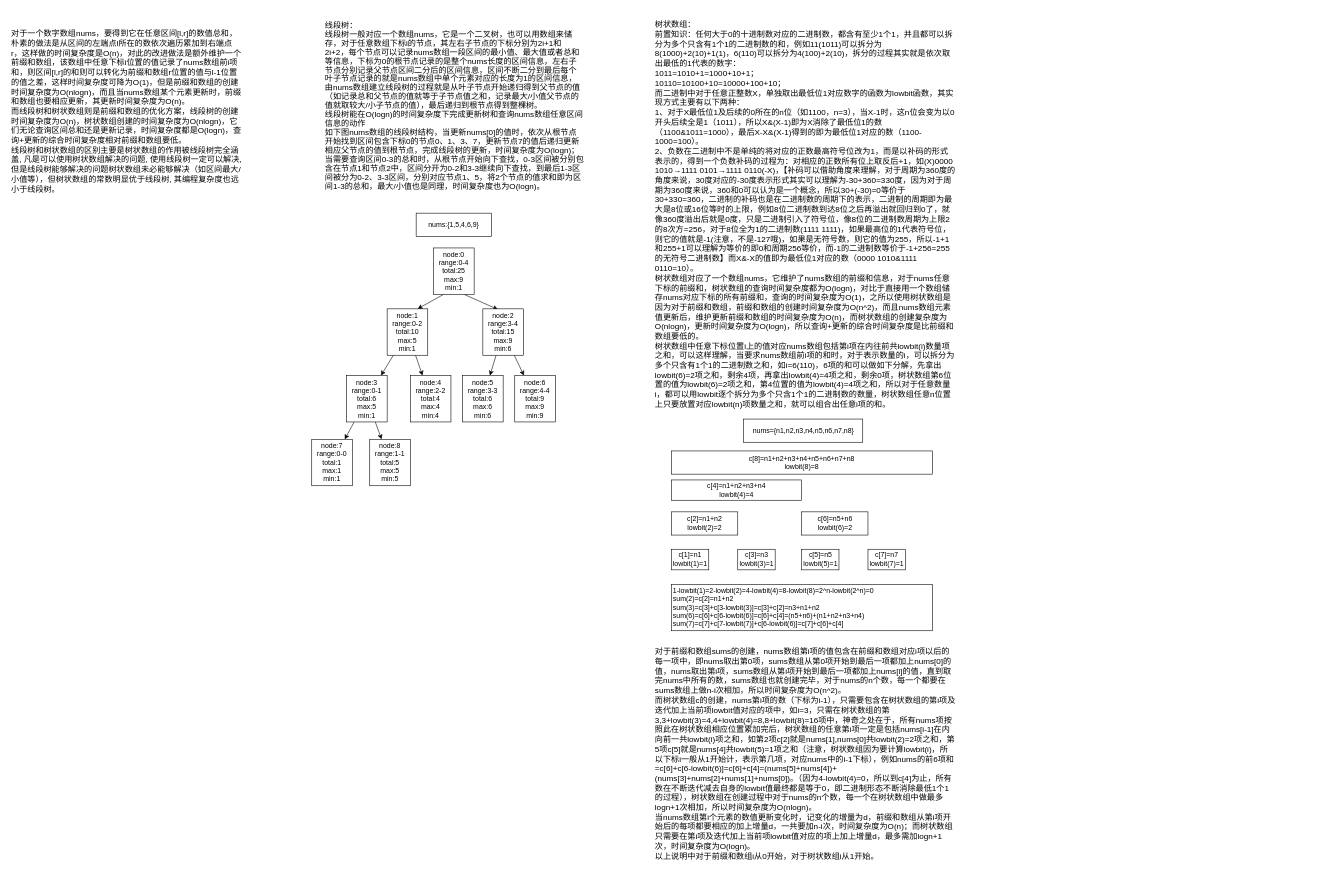
This is 线段树和树状数组.drawio from a7956232/drawIOFiles, a draw.io file, before an edit. Source tidied: cells renumbered, new cells numbered last; positions are measured from the earlier drawing's top-left corner, leaving out a move shared by most shapes. Both pictures are drawn from the tidied source at 58%, with x=0, y=0 at pixel (10, 10).
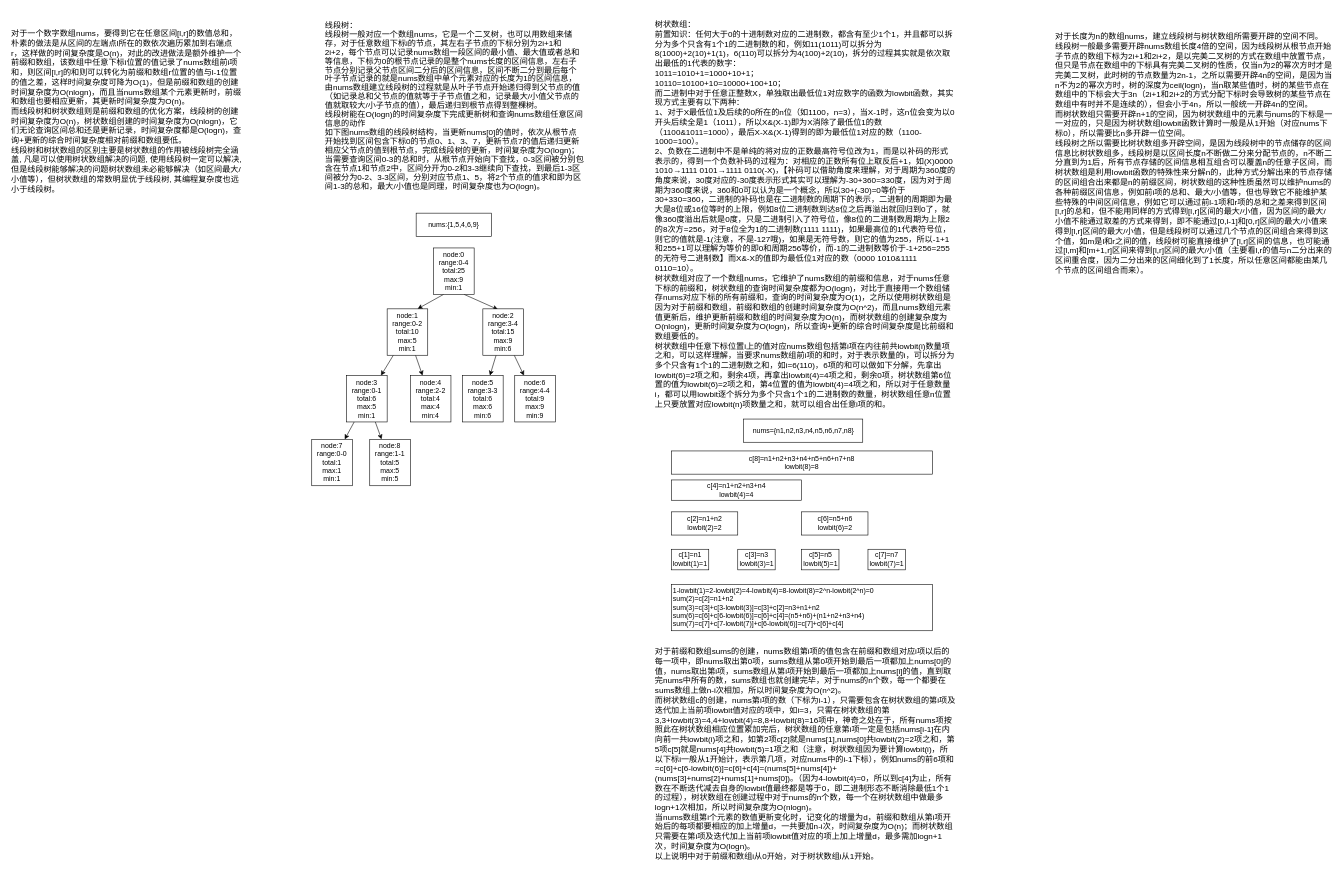
After the change.

Commit message:
更新线段树和树状数组.drawio

The edit, as a diff of the source:
```diff
@@
+    <mxCell id="34" value="&lt;font style=&quot;font-size: 14px;&quot;&gt;对于长度为n的数组nums，建立线段树与树状数组所需要开辟的空间不同。&lt;br&gt;线段树一般最多需要开辟nums数组长度4倍的空间，因为线段树从根节点开始子节点的数组下标为2i+1和2i+2，是以完美二叉树的方式在数组中放置节点，但只是节点在数组中的下标具有完美二叉树的性质，仅当n为2的幂次方时才是完美二叉树，此时树的节点数量为2n-1，之所以需要开辟4n的空间，是因为当n不为2的幂次方时，树的深度为ceil(logn)，当n取某些值时，树的某些节点在数组中的下标会大于3n（2i+1和2i+2的方式分配下标时会导致树的某些节点在数组中有时并不是连续的），但会小于4n，所以一般统一开辟4n的空间。&lt;br&gt;而树状数组只需要开辟n+1的空间，因为树状数组中的元素与nums的下标是一一对应的，只是因为树状数组lowbit函数计算时一般是从1开始（对应nums下标0），所以需要比n多开辟一位空间。&lt;br&gt;线段树之所以需要比树状数组多开辟空间，是因为线段树中的节点储存的区间信息比树状数组多，线段树是以区间长度n不断做二分来分配节点的，n不断二分直到为1后，所有节点存储的区间信息相互组合可以覆盖n的任意子区间，而树状数组是利用lowbit函数的特殊性来分解n的，此种方式分解出来的节点存储的区间组合出来都是n的前缀区间，树状数组的这种性质虽然可以维护nums的各种前缀区间信息，例如前i项的总和、最大/小值等，但也导致它不能维护某些特殊的中间区间信息，例如它可以通过前l-1项和r项的总和之差来得到区间[l,r]的总和，但不能用同样的方式得到[l,r]区间的最大/小值，因为区间的最大/小值不能通过取差的方式来得到，即不能通过[0,l-1]和[0,r]区间的最大/小值来得到[l,r]区间的最大/小值，但是线段树可以通过几个节点的区间组合来得到这个值，如m是l和r之间的值，线段树可能直接维护了[l,r]区间的信息，也可能通过[l,m]和[m+1,r]区间来得到[l,r]区间的最大/小值（主要看l,r的值与n二分出来的区间重合度，因为二分出来的区间细化到了1长度，所以任意区间都能由某几个节点的区间组合而来）。&lt;br&gt;&lt;/font&gt;" style="text;html=1;strokeColor=none;fillColor=none;align=left;verticalAlign=top;whiteSpace=wrap;rounded=0;" parent="1" vertex="1">
+      <mxGeometry x="1800" y="30" width="480" height="430" as="geometry" />
+    </mxCell>
```
